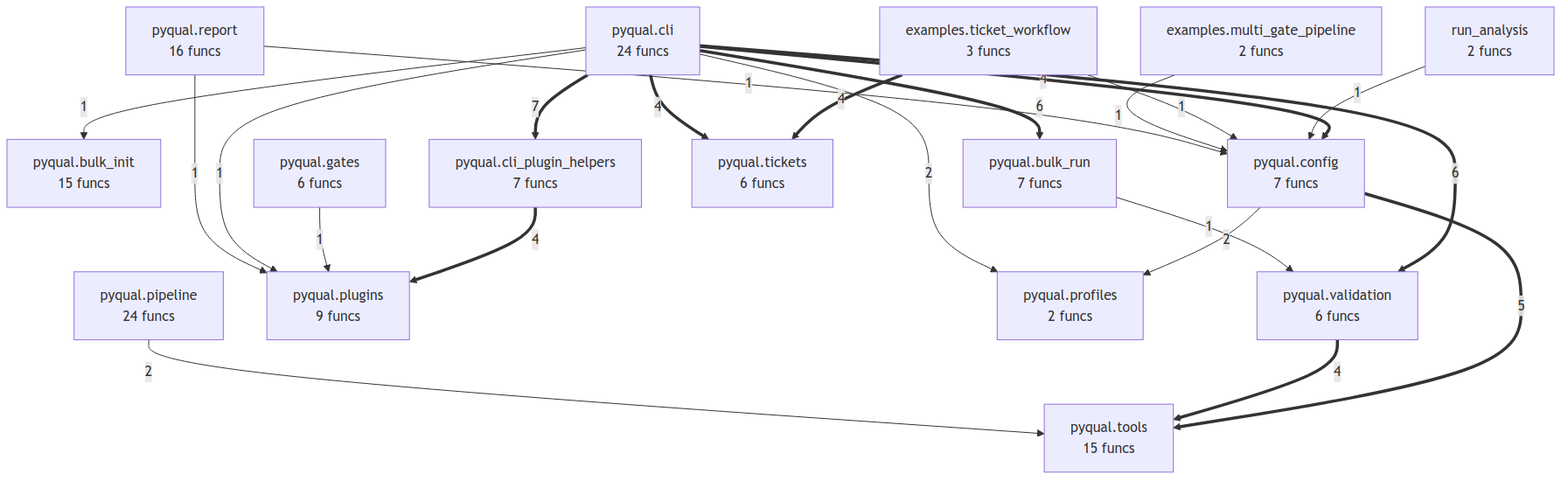
This is project/compact_flow.png from semcod/pyqual, a Mermaid export, as it was before one commit. Its source is kept beside it as project/compact_flow.mmd. The source it was exported from:
```mermaid
flowchart TD
    examples__multi_gate_pipeline["examples.multi_gate_pipeline<br/>2 funcs"]
    examples__ticket_workflow["examples.ticket_workflow<br/>3 funcs"]
    pyqual__bulk_init["pyqual.bulk_init<br/>15 funcs"]
    pyqual__bulk_run["pyqual.bulk_run<br/>7 funcs"]
    pyqual__cli["pyqual.cli<br/>24 funcs"]
    pyqual__cli_plugin_helpers["pyqual.cli_plugin_helpers<br/>7 funcs"]
    pyqual__config["pyqual.config<br/>7 funcs"]
    pyqual__gates["pyqual.gates<br/>6 funcs"]
    pyqual__pipeline["pyqual.pipeline<br/>24 funcs"]
    pyqual__plugins["pyqual.plugins<br/>9 funcs"]
    pyqual__profiles["pyqual.profiles<br/>2 funcs"]
    pyqual__report["pyqual.report<br/>16 funcs"]
    pyqual__tickets["pyqual.tickets<br/>6 funcs"]
    pyqual__tools["pyqual.tools<br/>15 funcs"]
    pyqual__validation["pyqual.validation<br/>6 funcs"]
    run_analysis["run_analysis<br/>2 funcs"]
    pyqual__cli ==>|7| pyqual__cli_plugin_helpers
    pyqual__cli ==>|6| pyqual__bulk_run
    pyqual__cli ==>|6| pyqual__validation
    pyqual__config ==>|5| pyqual__tools
    examples__ticket_workflow ==>|4| pyqual__tickets
    pyqual__cli ==>|4| pyqual__config
    pyqual__cli ==>|4| pyqual__tickets
    pyqual__cli_plugin_helpers ==>|4| pyqual__plugins
    pyqual__validation ==>|4| pyqual__tools
    pyqual__config -->|2| pyqual__profiles
    pyqual__cli -->|2| pyqual__profiles
    pyqual__pipeline -->|2| pyqual__tools
    run_analysis -->|1| pyqual__config
    examples__ticket_workflow -->|1| pyqual__config
    examples__multi_gate_pipeline -->|1| pyqual__config
    pyqual__gates -->|1| pyqual__plugins
    pyqual__cli -->|1| pyqual__bulk_init
    pyqual__cli -->|1| pyqual__plugins
    pyqual__bulk_run -->|1| pyqual__validation
    pyqual__report -->|1| pyqual__plugins
    pyqual__report -->|1| pyqual__config
```
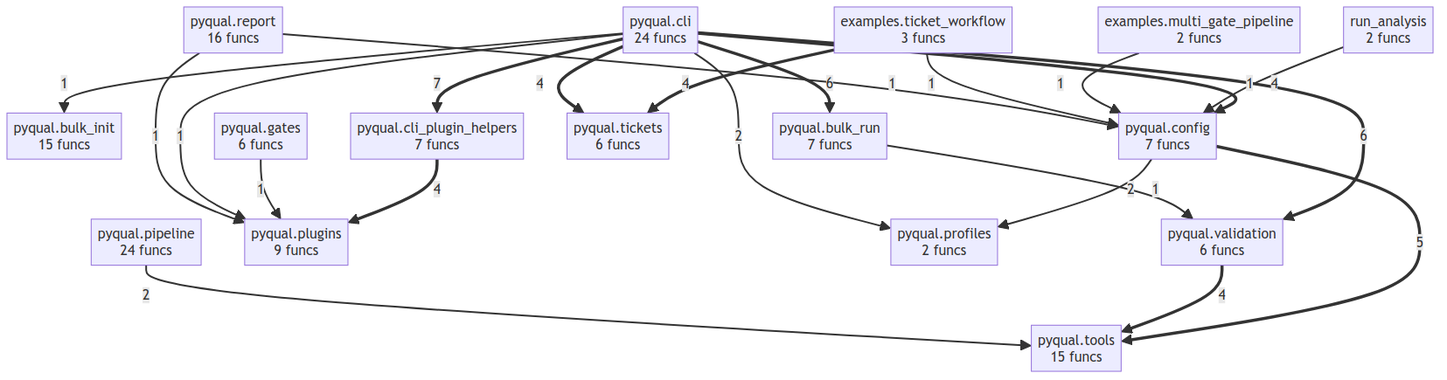
The same diagram one commit later.

What changed in the source:
```diff
@@ -28,8 +28,8 @@
     pyqual__cli -->|2| pyqual__profiles
     pyqual__pipeline -->|2| pyqual__tools
     run_analysis -->|1| pyqual__config
+    examples__multi_gate_pipeline -->|1| pyqual__config
     examples__ticket_workflow -->|1| pyqual__config
-    examples__multi_gate_pipeline -->|1| pyqual__config
     pyqual__gates -->|1| pyqual__plugins
     pyqual__cli -->|1| pyqual__bulk_init
     pyqual__cli -->|1| pyqual__plugins
```
